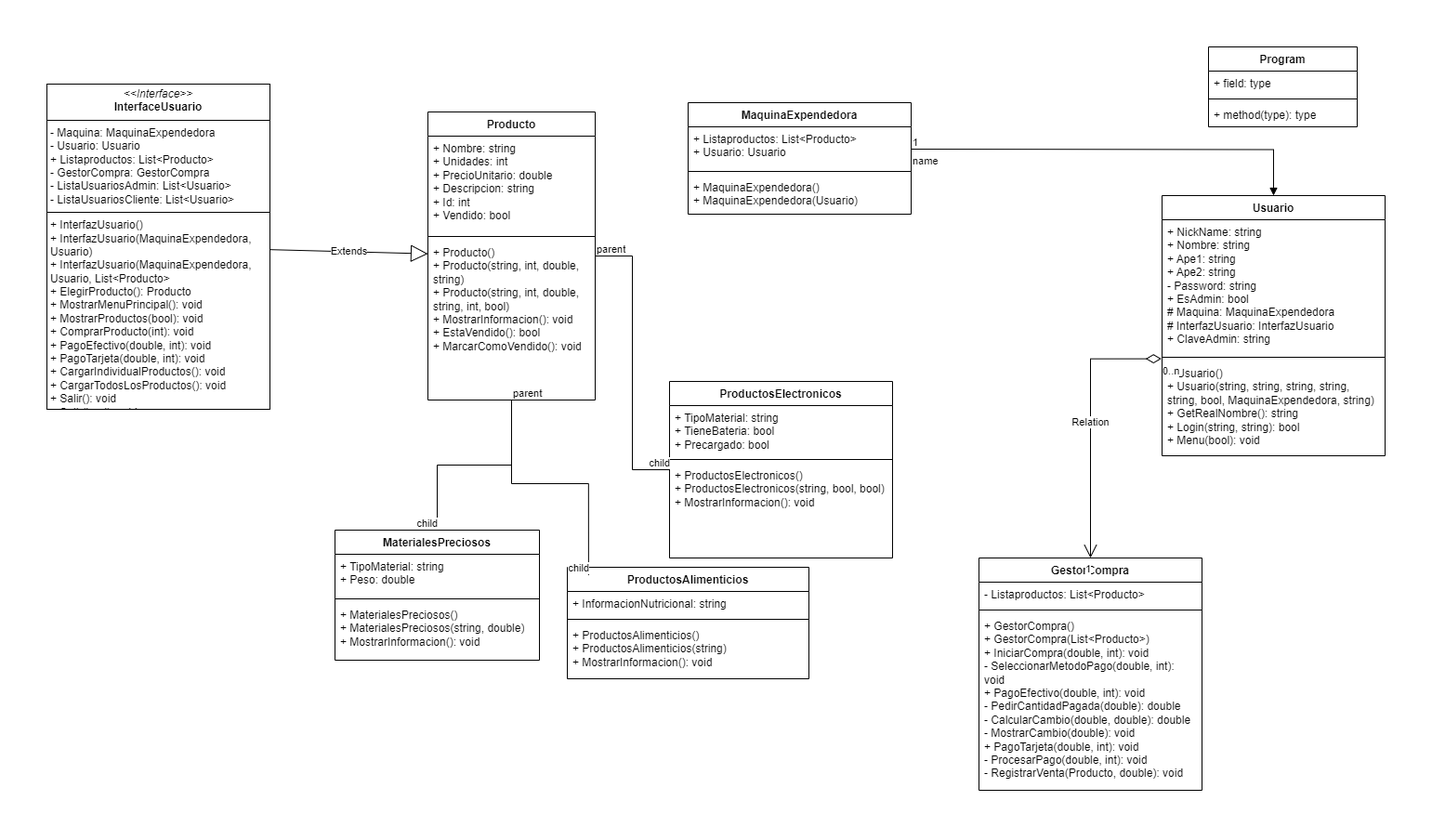
CarmenSanchezHDLFlor/MaquinaExpendedora---ProyectoFinal keeps this draw.io diagram as Diagrama MaquinaExpendedora.drawio.png. Above is the earlier version. Source tidied: cells renumbered, new cells last; positions are measured from the earlier drawing's top-left corner, leaving out a move shared by most shapes.
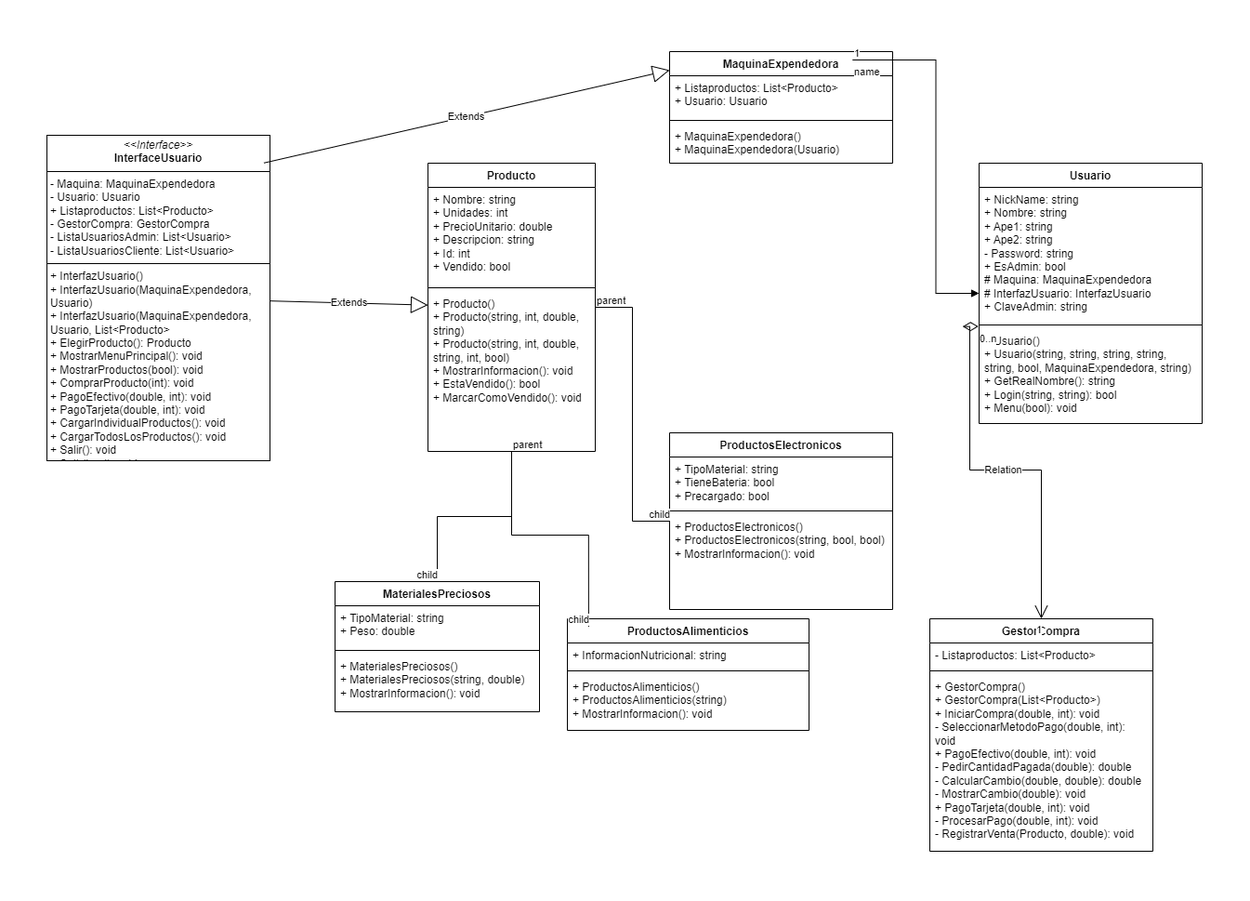
The same diagram one commit later.

Diff of the diagram source:
```diff
@@ -15,7 +15,7 @@
       <mxGeometry y="60" width="260" height="60" as="geometry" />
     </mxCell>
     <mxCell id="6" value="Usuario" style="swimlane;fontStyle=1;align=center;verticalAlign=top;horizontal=1;startSize=26;whiteSpace=wrap;html=1;" parent="1" vertex="1">
-      <mxGeometry x="1200" y="160" width="240" height="280" as="geometry" />
+      <mxGeometry x="1003" y="70" width="240" height="280" as="geometry" />
     </mxCell>
     <mxCell id="7" value="+ NickName: string&amp;nbsp;&lt;div&gt;+ Nombre: string&lt;/div&gt;&lt;div&gt;+ Ape1: string&lt;/div&gt;&lt;div&gt;+ Ape2: string&amp;nbsp;&lt;/div&gt;&lt;div&gt;- Password: string&lt;/div&gt;&lt;div&gt;+ EsAdmin: bool&amp;nbsp;&lt;/div&gt;&lt;div&gt;# Maquina: MaquinaExpendedora&lt;/div&gt;&lt;div&gt;# InterfazUsuario: InterfazUsuario&lt;/div&gt;&lt;div&gt;+ ClaveAdmin: string&lt;/div&gt;" style="text;strokeColor=none;fillColor=none;align=left;verticalAlign=top;spacingLeft=4;spacingRight=4;overflow=hidden;points=[[0,0.5],[1,0.5]];portConstraint=eastwest;whiteSpace=wrap;html=1;" parent="6" vertex="1">
       <mxGeometry y="26" width="240" height="144" as="geometry" />
@@ -39,7 +39,7 @@
       <mxGeometry y="88" width="240" height="102" as="geometry" />
     </mxCell>
     <mxCell id="14" value="MaquinaExpendedora" style="swimlane;fontStyle=1;align=center;verticalAlign=top;horizontal=1;startSize=26;whiteSpace=wrap;html=1;" parent="1" vertex="1">
-      <mxGeometry x="690" y="60" width="240" height="120" as="geometry" />
+      <mxGeometry x="670" y="-50" width="240" height="120" as="geometry" />
     </mxCell>
     <mxCell id="15" value="+ Listaproductos: List&amp;lt;Producto&amp;gt;&lt;div&gt;+ Usuario: Usuario&lt;/div&gt;" style="text;strokeColor=none;fillColor=none;align=left;verticalAlign=top;spacingLeft=4;spacingRight=4;overflow=hidden;whiteSpace=wrap;html=1;" parent="14" vertex="1">
       <mxGeometry y="26" width="240" height="44" as="geometry" />
@@ -50,18 +50,6 @@
     <mxCell id="17" value="+ MaquinaExpendedora()&lt;div&gt;+ MaquinaExpendedora(Usuario)&lt;/div&gt;" style="text;strokeColor=none;fillColor=none;align=left;verticalAlign=top;spacingLeft=4;spacingRight=4;overflow=hidden;whiteSpace=wrap;html=1;" parent="14" vertex="1">
       <mxGeometry y="78" width="240" height="42" as="geometry" />
     </mxCell>
-    <mxCell id="18" value="Program" style="swimlane;fontStyle=1;align=center;verticalAlign=top;horizontal=1;startSize=26;whiteSpace=wrap;html=1;" parent="1" vertex="1">
-      <mxGeometry x="1250" width="160" height="86" as="geometry" />
-    </mxCell>
-    <mxCell id="19" value="+ field: type" style="text;strokeColor=none;fillColor=none;align=left;verticalAlign=top;spacingLeft=4;spacingRight=4;overflow=hidden;whiteSpace=wrap;html=1;" parent="18" vertex="1">
-      <mxGeometry y="26" width="160" height="26" as="geometry" />
-    </mxCell>
-    <mxCell id="20" style="line;strokeWidth=1;fillColor=none;align=left;verticalAlign=middle;spacingTop=-1;spacingLeft=3;spacingRight=3;labelPosition=right;strokeColor=inherit;" parent="18" vertex="1">
-      <mxGeometry y="52" width="160" height="8" as="geometry" />
-    </mxCell>
-    <mxCell id="21" value="+ method(type): type" style="text;strokeColor=none;fillColor=none;align=left;verticalAlign=top;spacingLeft=4;spacingRight=4;overflow=hidden;whiteSpace=wrap;html=1;" parent="18" vertex="1">
-      <mxGeometry y="60" width="160" height="26" as="geometry" />
-    </mxCell>
     <mxCell id="22" value="MaterialesPreciosos" style="swimlane;fontStyle=1;align=center;verticalAlign=top;horizontal=1;startSize=26;whiteSpace=wrap;html=1;" parent="1" vertex="1">
       <mxGeometry x="310" y="520" width="220" height="140" as="geometry" />
     </mxCell>
@@ -87,7 +75,7 @@
       <mxGeometry y="138" width="180" height="172" as="geometry" />
     </mxCell>
     <mxCell id="30" value="GestorCompra" style="swimlane;fontStyle=1;align=center;verticalAlign=top;horizontal=1;startSize=26;whiteSpace=wrap;html=1;" parent="1" vertex="1">
-      <mxGeometry x="1003" y="550" width="240" height="250" as="geometry" />
+      <mxGeometry x="950" y="560" width="240" height="250" as="geometry" />
     </mxCell>
     <mxCell id="31" value="- Listaproductos: List&amp;lt;Producto&amp;gt;&lt;div&gt;&lt;br&gt;&lt;/div&gt;" style="text;strokeColor=none;fillColor=none;align=left;verticalAlign=top;spacingLeft=4;spacingRight=4;overflow=hidden;whiteSpace=wrap;html=1;" parent="30" vertex="1">
       <mxGeometry y="26" width="240" height="26" as="geometry" />
@@ -131,10 +119,8 @@
     <mxCell id="44" value="child" style="edgeLabel;html=1;align=right;verticalAlign=bottom;" parent="42" vertex="1">
       <mxGeometry x="1" relative="1" as="geometry" />
     </mxCell>
-    <mxCell id="45" value="name" style="endArrow=block;endFill=1;html=1;edgeStyle=orthogonalEdgeStyle;align=left;verticalAlign=top;rounded=0;" parent="1" edge="1" target="6">
-      <mxGeometry x="-1" relative="1" as="geometry">
-        <mxPoint x="930" y="110" as="sourcePoint" />
-      </mxGeometry>
+    <mxCell id="45" value="name" style="endArrow=block;endFill=1;html=1;edgeStyle=orthogonalEdgeStyle;align=left;verticalAlign=top;rounded=0;exitX=0.82;exitY=0.075;exitDx=0;exitDy=0;exitPerimeter=0;" parent="1" edge="1" source="14" target="6">
+      <mxGeometry x="-1" relative="1" as="geometry" />
     </mxCell>
     <mxCell id="46" value="1" style="edgeLabel;html=1;align=left;verticalAlign=bottom;" parent="45" vertex="1">
       <mxGeometry x="-1" relative="1" as="geometry" />
@@ -148,5 +134,10 @@
     <mxCell id="49" value="1" style="edgeLabel;html=1;align=right;verticalAlign=top;" parent="47" vertex="1">
       <mxGeometry x="1" relative="1" as="geometry" />
     </mxCell>
+    <mxCell id="50" value="Extends" style="endArrow=block;endSize=16;endFill=0;html=1;rounded=0;exitX=0.973;exitY=0.085;exitDx=0;exitDy=0;exitPerimeter=0;" parent="1" edge="1" source="34">
+      <mxGeometry relative="1" as="geometry">
+        <mxPoint x="670" y="-30" as="targetPoint" />
+      </mxGeometry>
+    </mxCell>
   </root>
 </mxGraphModel>
```
